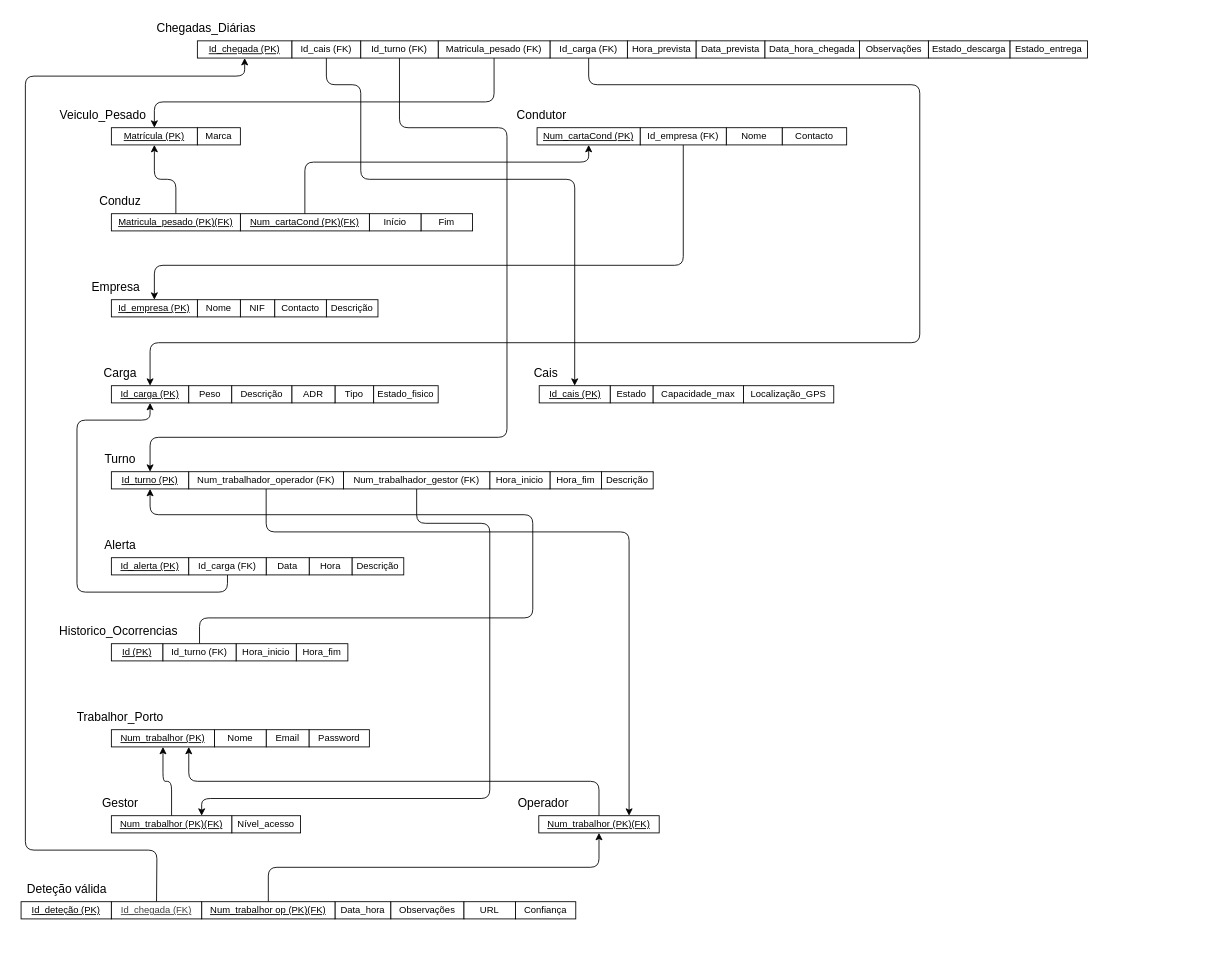
PEI-HAZARDS/IntelligentLogistics keeps this draw.io diagram as docs/BD/Relacional/ER-BD-IntelligentLogistics.drawio. Above is the earlier version. Source tidied: cells renumbered, new cells numbered last; positions are measured from the earlier drawing's top-left corner, leaving out a move shared by most shapes. Both pictures are drawn from the tidied source at 86%, with x=0, y=0 at pixel (15, 15).
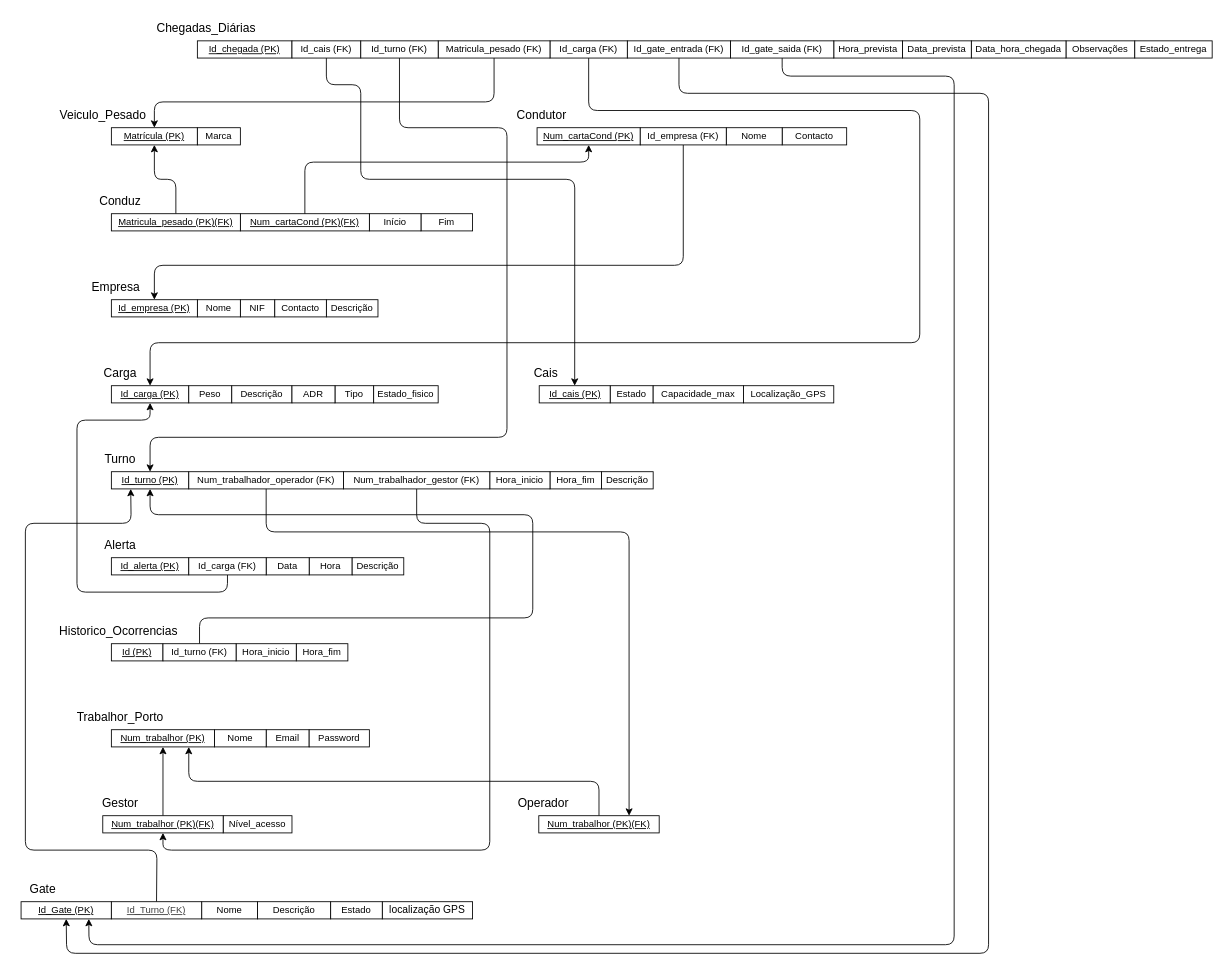
Above is the later version.

Unchanged cells that the change refers to:
```xml
<mxCell id="9" value="&lt;font style=&quot;font-size: 11px;&quot;&gt;&lt;u&gt;Id_chegada (PK)&lt;/u&gt;&lt;/font&gt;" style="rounded=0;whiteSpace=wrap;html=1;" parent="1" vertex="1">
  <mxGeometry x="212" y="30" width="110" height="20" as="geometry" />
</mxCell>
<mxCell id="19" value="&lt;u&gt;&lt;font style=&quot;font-size: 11px;&quot;&gt;Id_carga (PK)&lt;/font&gt;&lt;/u&gt;" style="rounded=0;whiteSpace=wrap;html=1;" parent="1" vertex="1">
  <mxGeometry x="112" y="431" width="90" height="20" as="geometry" />
</mxCell>
<mxCell id="20" value="&lt;font style=&quot;font-size: 11px;&quot;&gt;Id_carga (FK)&lt;/font&gt;" style="rounded=0;whiteSpace=wrap;html=1;" parent="1" vertex="1">
  <mxGeometry x="622" y="30" width="90" height="20" as="geometry" />
</mxCell>
<mxCell id="39" value="&lt;font style=&quot;font-size: 11px;&quot;&gt;&lt;u&gt;Id_turno (PK)&lt;/u&gt;&lt;/font&gt;" style="rounded=0;whiteSpace=wrap;html=1;" parent="1" vertex="1">
  <mxGeometry x="112" y="531" width="90" height="20" as="geometry" />
</mxCell>
<mxCell id="55" value="&lt;font style=&quot;font-size: 11px;&quot;&gt;&lt;u&gt;Num_trabalhor (PK)&lt;/u&gt;&lt;/font&gt;" style="rounded=0;whiteSpace=wrap;html=1;" parent="1" vertex="1">
  <mxGeometry x="112" y="831" width="120" height="20" as="geometry" />
</mxCell>
<mxCell id="79" value="&lt;font style=&quot;font-size: 11px;&quot;&gt;Num_trabalhador_gestor (FK)&lt;/font&gt;" style="rounded=0;whiteSpace=wrap;html=1;" parent="1" vertex="1">
  <mxGeometry x="382" y="531" width="170" height="20" as="geometry" />
</mxCell>
<mxCell id="88" value="&lt;font style=&quot;font-size: 11px;&quot;&gt;&lt;u&gt;Num_trabalhor (PK)(FK)&lt;/u&gt;&lt;/font&gt;" style="rounded=0;whiteSpace=wrap;html=1;" parent="1" vertex="1">
  <mxGeometry x="609" y="931" width="140" height="20" as="geometry" />
</mxCell>
```

Change to the diagram source:
```diff
@@
     <mxCell id="11" value="&lt;font style=&quot;font-size: 11px;&quot;&gt;Hora_prevista&lt;/font&gt;" style="rounded=0;whiteSpace=wrap;html=1;" parent="1" vertex="1">
-      <mxGeometry x="712" y="30" width="80" height="20" as="geometry" />
+      <mxGeometry x="952" y="30" width="80" height="20" as="geometry" />
     </mxCell>
@@
     <mxCell id="18" style="edgeStyle=orthogonalEdgeStyle;html=1;exitX=0.5;exitY=1;exitDx=0;exitDy=0;entryX=0.5;entryY=0;entryDx=0;entryDy=0;" parent="1" edge="1" source="20" target="19">
       <mxGeometry relative="1" as="geometry">
         <Array as="points">
-          <mxPoint x="667" y="81" />
-          <mxPoint x="1052" y="81" />
+          <mxPoint x="667" y="111" />
+          <mxPoint x="1052" y="111" />
           <mxPoint x="1052" y="381" />
           <mxPoint x="157" y="381" />
         </Array>
       </mxGeometry>
     </mxCell>
@@
     <mxCell id="21" value="&lt;font style=&quot;font-size: 11px;&quot;&gt;Data_prevista&lt;/font&gt;" style="rounded=0;whiteSpace=wrap;html=1;" parent="1" vertex="1">
-      <mxGeometry x="792" y="30" width="80" height="20" as="geometry" />
+      <mxGeometry x="1032" y="30" width="80" height="20" as="geometry" />
     </mxCell>
@@
     <mxCell id="53" value="&lt;font style=&quot;font-size: 11px;&quot;&gt;Nível_acesso&lt;/font&gt;" style="rounded=0;whiteSpace=wrap;html=1;" parent="1" vertex="1">
-      <mxGeometry x="252" y="931" width="80" height="20" as="geometry" />
+      <mxGeometry x="242" y="931" width="80" height="20" as="geometry" />
     </mxCell>
@@
-    <mxCell id="61" value="&lt;font style=&quot;font-size: 11px;&quot;&gt;&lt;u&gt;Id_deteção (PK)&lt;/u&gt;&lt;/font&gt;" style="rounded=0;whiteSpace=wrap;html=1;" parent="1" vertex="1">
+    <mxCell id="61" value="&lt;font style=&quot;font-size: 11px;&quot;&gt;&lt;u&gt;Id_Gate (PK)&lt;/u&gt;&lt;/font&gt;" style="rounded=0;whiteSpace=wrap;html=1;" parent="1" vertex="1">
       <mxGeometry x="7" y="1031" width="105" height="20" as="geometry" />
     </mxCell>
-    <mxCell id="62" value="&lt;font style=&quot;font-size: 11px;&quot;&gt;Data_hora&lt;/font&gt;" style="rounded=0;whiteSpace=wrap;html=1;" parent="1" vertex="1">
-      <mxGeometry x="372" y="1031" width="65" height="20" as="geometry" />
+    <mxCell id="62" value="&lt;font style=&quot;font-size: 11px;&quot;&gt;Nome&lt;/font&gt;" style="rounded=0;whiteSpace=wrap;html=1;" parent="1" vertex="1">
+      <mxGeometry x="217" y="1031" width="65" height="20" as="geometry" />
     </mxCell>
-    <mxCell id="63" value="&lt;font style=&quot;font-size: 11px;&quot;&gt;Confiança&lt;/font&gt;" style="rounded=0;whiteSpace=wrap;html=1;" parent="1" vertex="1">
-      <mxGeometry x="582" y="1031" width="70" height="20" as="geometry" />
+    <mxCell id="63" value="&lt;span style=&quot;color: rgb(0, 0, 0);&quot;&gt;localização GPS&lt;/span&gt;" style="rounded=0;whiteSpace=wrap;html=1;" parent="1" vertex="1">
+      <mxGeometry x="427" y="1031" width="105" height="20" as="geometry" />
     </mxCell>
-    <mxCell id="64" value="&lt;font style=&quot;font-size: 11px;&quot;&gt;Observações&lt;/font&gt;" style="rounded=0;whiteSpace=wrap;html=1;" parent="1" vertex="1">
-      <mxGeometry x="437" y="1031" width="85" height="20" as="geometry" />
+    <mxCell id="64" value="&lt;font style=&quot;font-size: 11px;&quot;&gt;Descrição&lt;/font&gt;" style="rounded=0;whiteSpace=wrap;html=1;" parent="1" vertex="1">
+      <mxGeometry x="282" y="1031" width="85" height="20" as="geometry" />
     </mxCell>
-    <mxCell id="65" value="&lt;font style=&quot;font-size: 14px;&quot;&gt;Deteção válida&lt;/font&gt;" style="text;html=1;align=center;verticalAlign=middle;strokeColor=none;fillColor=none;" parent="1" vertex="1">
-      <mxGeometry x="-0.5" y="1001" width="120" height="30" as="geometry" />
+    <mxCell id="65" value="&lt;font style=&quot;font-size: 14px;&quot;&gt;Gate&lt;/font&gt;" style="text;html=1;align=center;verticalAlign=middle;strokeColor=none;fillColor=none;" parent="1" vertex="1">
+      <mxGeometry x="7" y="1001" width="50" height="30" as="geometry" />
     </mxCell>
@@
-    <mxCell id="68" value="&lt;font style=&quot;font-size: 11px;&quot;&gt;Estado_descarga&lt;/font&gt;" style="rounded=0;whiteSpace=wrap;html=1;" parent="1" vertex="1">
-      <mxGeometry x="1062" y="30" width="95" height="20" as="geometry" />
-    </mxCell>
@@
     <mxCell id="73" value="&lt;font style=&quot;font-size: 11px;&quot;&gt;Observações&lt;/font&gt;" style="rounded=0;whiteSpace=wrap;html=1;" parent="1" vertex="1">
-      <mxGeometry x="982" y="30" width="80" height="20" as="geometry" />
+      <mxGeometry x="1222" y="30" width="80" height="20" as="geometry" />
     </mxCell>
     <mxCell id="74" value="&lt;font style=&quot;font-size: 11px;&quot;&gt;Estado_entrega&lt;/font&gt;" style="rounded=0;whiteSpace=wrap;html=1;" parent="1" vertex="1">
-      <mxGeometry x="1157" y="30" width="90" height="20" as="geometry" />
+      <mxGeometry x="1302" y="30" width="90" height="20" as="geometry" />
     </mxCell>
@@
-    <mxCell id="78" style="edgeStyle=orthogonalEdgeStyle;html=1;exitX=0.5;exitY=1;exitDx=0;exitDy=0;entryX=0.75;entryY=0;entryDx=0;entryDy=0;" parent="1" edge="1" source="79" target="85">
+    <mxCell id="78" style="edgeStyle=orthogonalEdgeStyle;html=1;exitX=0.5;exitY=1;exitDx=0;exitDy=0;entryX=0.5;entryY=1;entryDx=0;entryDy=0;" parent="1" edge="1" source="79" target="85">
       <mxGeometry relative="1" as="geometry">
         <Array as="points">
           <mxPoint x="467" y="591" />
           <mxPoint x="552" y="591" />
-          <mxPoint x="552" y="911" />
-          <mxPoint x="217" y="911" />
+          <mxPoint x="552" y="971" />
+          <mxPoint x="172" y="971" />
         </Array>
       </mxGeometry>
     </mxCell>
@@
     <mxCell id="84" style="edgeStyle=orthogonalEdgeStyle;html=1;exitX=0.5;exitY=0;exitDx=0;exitDy=0;entryX=0.5;entryY=1;entryDx=0;entryDy=0;" parent="1" edge="1" source="85" target="55">
-      <mxGeometry relative="1" as="geometry" />
+      <mxGeometry relative="1" as="geometry">
+        <Array as="points">
+          <mxPoint x="172" y="931" />
+        </Array>
+      </mxGeometry>
     </mxCell>
     <mxCell id="85" value="&lt;font style=&quot;font-size: 11px;&quot;&gt;&lt;u&gt;Num_trabalhor (PK)(FK)&lt;/u&gt;&lt;/font&gt;" style="rounded=0;whiteSpace=wrap;html=1;" parent="1" vertex="1">
-      <mxGeometry x="112" y="931" width="140" height="20" as="geometry" />
+      <mxGeometry x="102" y="931" width="140" height="20" as="geometry" />
     </mxCell>
@@
-    <mxCell id="89" value="&lt;span style=&quot;font-size: 11px;&quot;&gt;URL&lt;/span&gt;" style="rounded=0;whiteSpace=wrap;html=1;" parent="1" vertex="1">
-      <mxGeometry x="522" y="1031" width="60" height="20" as="geometry" />
+    <mxCell id="89" value="&lt;span style=&quot;font-size: 11px;&quot;&gt;Estado&lt;/span&gt;" style="rounded=0;whiteSpace=wrap;html=1;" parent="1" vertex="1">
+      <mxGeometry x="367" y="1031" width="60" height="20" as="geometry" />
     </mxCell>
-    <mxCell id="90" style="edgeStyle=orthogonalEdgeStyle;html=1;exitX=0.5;exitY=0;exitDx=0;exitDy=0;entryX=0.5;entryY=1;entryDx=0;entryDy=0;" parent="1" edge="1" source="91" target="88">
-      <mxGeometry relative="1" as="geometry" />
-    </mxCell>
-    <mxCell id="91" value="&lt;font style=&quot;font-size: 11px;&quot;&gt;&lt;u&gt;Num_trabalhor op (PK)(FK)&lt;/u&gt;&lt;/font&gt;" style="rounded=0;whiteSpace=wrap;html=1;" parent="1" vertex="1">
-      <mxGeometry x="217" y="1031" width="155" height="20" as="geometry" />
-    </mxCell>
@@
-    <mxCell id="93" style="edgeStyle=none;html=1;exitX=0.5;exitY=0;exitDx=0;exitDy=0;entryX=0.5;entryY=1;entryDx=0;entryDy=0;" parent="1" edge="1" source="94" target="9">
+    <mxCell id="93" style="edgeStyle=none;html=1;exitX=0.5;exitY=0;exitDx=0;exitDy=0;entryX=0.25;entryY=1;entryDx=0;entryDy=0;" parent="1" edge="1" source="94" target="39">
       <mxGeometry relative="1" as="geometry">
         <Array as="points">
           <mxPoint x="165" y="971" />
           <mxPoint x="12" y="971" />
-          <mxPoint x="12" y="71" />
-          <mxPoint x="267" y="71" />
+          <mxPoint x="12" y="591" />
+          <mxPoint x="135" y="591" />
         </Array>
       </mxGeometry>
     </mxCell>
-    <mxCell id="94" value="&lt;u style=&quot;color: rgb(63, 63, 63); scrollbar-color: rgb(226, 226, 226) rgb(251, 251, 251); font-size: 11px;&quot;&gt;Id_chegada (FK)&lt;/u&gt;" style="rounded=0;whiteSpace=wrap;html=1;" parent="1" vertex="1">
+    <mxCell id="94" value="&lt;u style=&quot;color: rgb(63, 63, 63); scrollbar-color: rgb(226, 226, 226) rgb(251, 251, 251); font-size: 11px;&quot;&gt;Id_Turno (FK)&lt;/u&gt;" style="rounded=0;whiteSpace=wrap;html=1;" parent="1" vertex="1">
       <mxGeometry x="112" y="1031" width="105" height="20" as="geometry" />
     </mxCell>
     <mxCell id="95" value="&lt;font style=&quot;font-size: 11px;&quot;&gt;Data_hora_chegada&lt;/font&gt;" style="rounded=0;whiteSpace=wrap;html=1;" parent="1" vertex="1">
-      <mxGeometry x="872" y="30" width="110" height="20" as="geometry" />
+      <mxGeometry x="1112" y="30" width="110" height="20" as="geometry" />
     </mxCell>
+    <mxCell id="96" value="&lt;font style=&quot;font-size: 11px;&quot;&gt;Id_gate_entrada (FK)&lt;/font&gt;" style="rounded=0;whiteSpace=wrap;html=1;" parent="1" vertex="1">
+      <mxGeometry x="712" y="30" width="120" height="20" as="geometry" />
+    </mxCell>
+    <mxCell id="97" style="edgeStyle=none;html=1;exitX=0.5;exitY=1;exitDx=0;exitDy=0;entryX=0.75;entryY=1;entryDx=0;entryDy=0;" parent="1" edge="1" source="98" target="61">
+      <mxGeometry relative="1" as="geometry">
+        <Array as="points">
+          <mxPoint x="892" y="71" />
+          <mxPoint x="1092" y="71" />
+          <mxPoint x="1092" y="1081" />
+          <mxPoint x="86" y="1081" />
+        </Array>
+      </mxGeometry>
+    </mxCell>
+    <mxCell id="98" value="&lt;font style=&quot;font-size: 11px;&quot;&gt;Id_gate_saida (FK)&lt;/font&gt;" style="rounded=0;whiteSpace=wrap;html=1;" parent="1" vertex="1">
+      <mxGeometry x="832" y="30" width="120" height="20" as="geometry" />
+    </mxCell>
+    <mxCell id="99" style="edgeStyle=none;html=1;exitX=0.5;exitY=1;exitDx=0;exitDy=0;entryX=0.5;entryY=1;entryDx=0;entryDy=0;" parent="1" edge="1" source="96" target="61">
+      <mxGeometry relative="1" as="geometry">
+        <Array as="points">
+          <mxPoint x="772" y="91" />
+          <mxPoint x="1132" y="91" />
+          <mxPoint x="1132" y="1091" />
+          <mxPoint x="60" y="1091" />
+        </Array>
+      </mxGeometry>
+    </mxCell>
```
